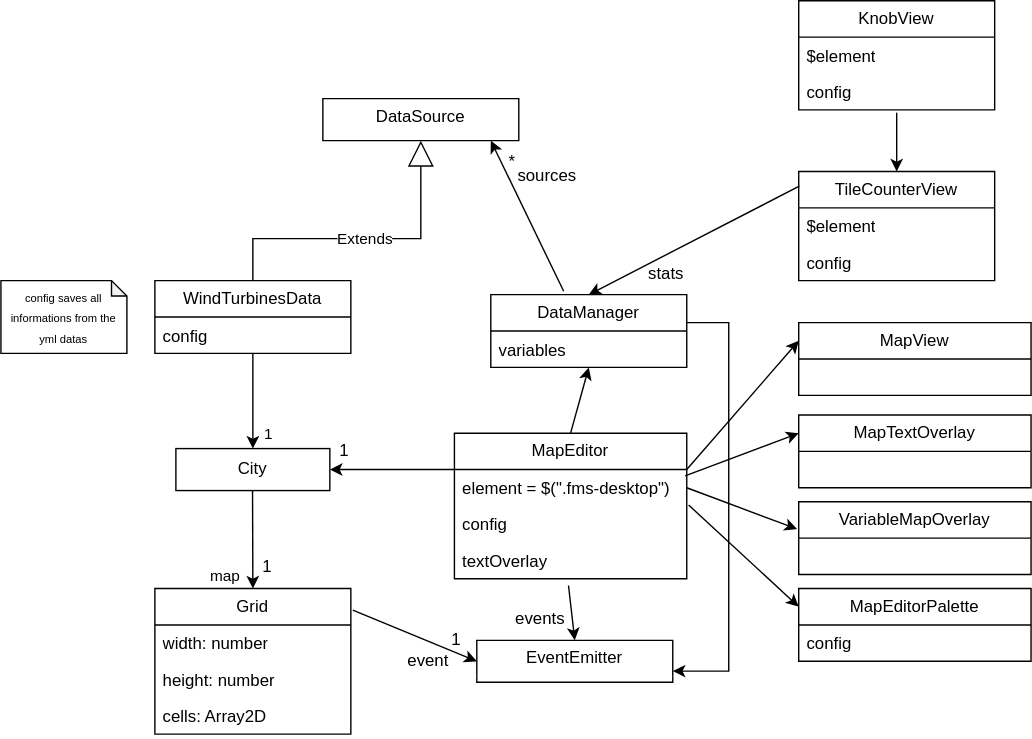
The draw.io diagram docs/diagrams/Uml_diagram.svg in emil282/offshore-windpark, before a commit. Source tidied: cells renumbered, new cells last; positions are measured from the earlier drawing's top-left corner, leaving out a move shared by most shapes.
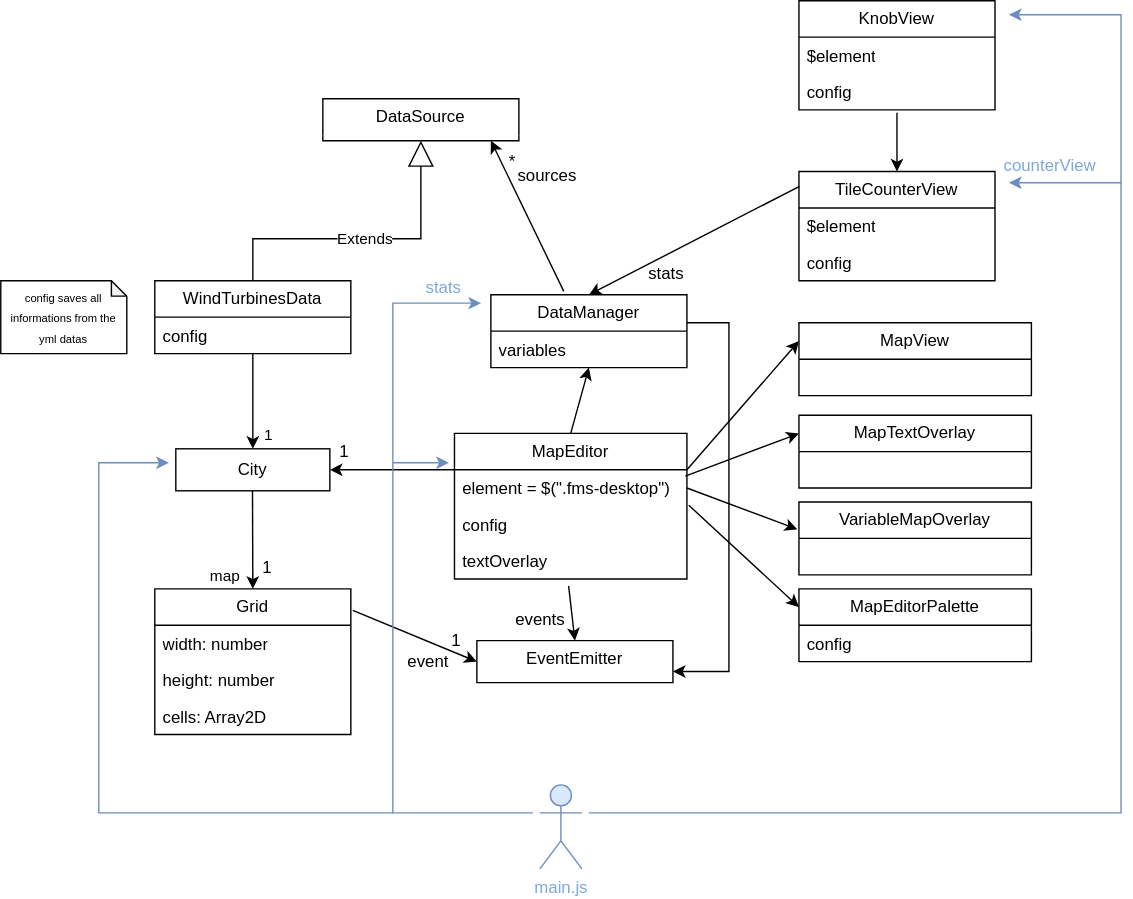
Later version of the same file.

What changed in the source:
```diff
@@ -183,5 +183,58 @@
         <mxPoint x="640" y="80" as="targetPoint" />
       </mxGeometry>
     </mxCell>
+    <mxCell id="54" value="main.js" style="shape=umlActor;verticalLabelPosition=bottom;verticalAlign=top;html=1;fillColor=#dae8fc;strokeColor=#6c8ebf;fontColor=#7EA6E0;" parent="1" vertex="1">
+      <mxGeometry x="385" y="560" width="30" height="60" as="geometry" />
+    </mxCell>
+    <mxCell id="55" style="endArrow=classic;html=1;rounded=0;entryX=-0.05;entryY=0.115;entryDx=0;entryDy=0;entryPerimeter=0;fillColor=#dae8fc;strokeColor=#6c8ebf;" parent="1" edge="1" target="27">
+      <mxGeometry relative="1" as="geometry">
+        <mxPoint x="380" y="580" as="sourcePoint" />
+        <Array as="points">
+          <mxPoint x="280" y="580" />
+          <mxPoint x="280" y="216" />
+        </Array>
+      </mxGeometry>
+    </mxCell>
+    <mxCell id="56" value="stats" style="text;html=1;align=center;verticalAlign=middle;strokeColor=none;fillColor=none;fontColor=#7EA6E0;" parent="1" vertex="1">
+      <mxGeometry x="291" y="190" width="50" height="30" as="geometry" />
+    </mxCell>
+    <mxCell id="57" style="endArrow=classic;html=1;rounded=0;fillColor=#dae8fc;strokeColor=#6c8ebf;" parent="1" edge="1">
+      <mxGeometry relative="1" as="geometry">
+        <mxPoint x="280" y="330" as="sourcePoint" />
+        <mxPoint x="320" y="330" as="targetPoint" />
+      </mxGeometry>
+    </mxCell>
+    <mxCell id="58" style="endArrow=classic;html=1;rounded=0;fillColor=#dae8fc;strokeColor=#6c8ebf;" parent="1" edge="1">
+      <mxGeometry relative="1" as="geometry">
+        <mxPoint x="420" y="580" as="sourcePoint" />
+        <mxPoint x="720" y="130" as="targetPoint" />
+        <Array as="points">
+          <mxPoint x="800" y="580" />
+          <mxPoint x="800" y="130" />
+        </Array>
+      </mxGeometry>
+    </mxCell>
+    <mxCell id="59" value="counterView" style="text;html=1;align=center;verticalAlign=middle;strokeColor=none;fillColor=none;fontColor=#7EA6E0;" parent="1" vertex="1">
+      <mxGeometry x="704" y="103" width="90" height="30" as="geometry" />
+    </mxCell>
+    <mxCell id="60" style="endArrow=classic;html=1;rounded=0;fillColor=#dae8fc;strokeColor=#6c8ebf;" parent="1" edge="1">
+      <mxGeometry relative="1" as="geometry">
+        <mxPoint x="800" y="130" as="sourcePoint" />
+        <mxPoint x="720" y="10" as="targetPoint" />
+        <Array as="points">
+          <mxPoint x="800" y="10" />
+        </Array>
+      </mxGeometry>
+    </mxCell>
+    <mxCell id="61" style="endArrow=classic;html=1;rounded=0;fillColor=#dae8fc;strokeColor=#6c8ebf;" parent="1" edge="1">
+      <mxGeometry relative="1" as="geometry">
+        <mxPoint x="280" y="580" as="sourcePoint" />
+        <mxPoint x="120" y="330" as="targetPoint" />
+        <Array as="points">
+          <mxPoint x="70" y="580" />
+          <mxPoint x="70" y="330" />
+        </Array>
+      </mxGeometry>
+    </mxCell>
   </root>
 </mxGraphModel>
```
